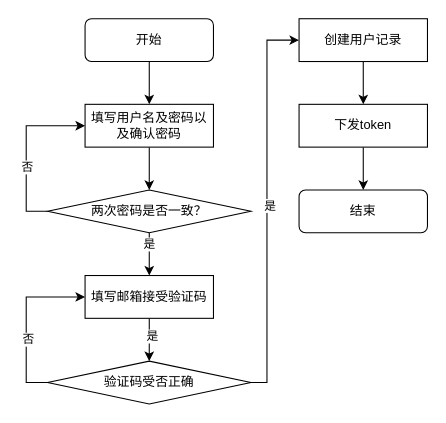
Above: 软件大作业-用户注册流程.drawio in runoob09/drawio (draw.io), before the change. Source tidied: cells renumbered, new cells numbered last; positions are measured from the earlier drawing's top-left corner, leaving out a move shared by most shapes. Both pictures are drawn from the tidied source at 107%, with x=0, y=0 at pixel (26, 18).
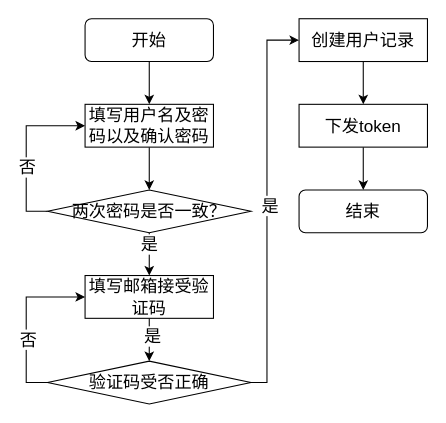
After the change.

Commit message (it also covers changes not shown here):
更新软件大作业-用户注册流程.drawio

What changed in the source:
```diff
@@
-    <mxCell id="2" style="edgeStyle=orthogonalEdgeStyle;rounded=0;jettySize=auto;html=1;entryX=0.5;entryY=0;entryDx=0;entryDy=0;" parent="1" edge="1" source="3" target="5">
+    <mxCell id="2" style="edgeStyle=orthogonalEdgeStyle;rounded=0;jettySize=auto;html=1;entryX=0.5;entryY=0;entryDx=0;entryDy=0;fontSize=16;" parent="1" edge="1" source="3" target="5">
       <mxGeometry relative="1" as="geometry" />
     </mxCell>
-    <mxCell id="3" value="开始" style="rounded=1;whiteSpace=wrap;html=1;" parent="1" vertex="1">
+    <mxCell id="3" value="开始" style="rounded=1;whiteSpace=wrap;html=1;fontSize=16;" parent="1" vertex="1">
       <mxGeometry x="55" width="120" height="40" as="geometry" />
     </mxCell>
-    <mxCell id="4" style="edgeStyle=orthogonalEdgeStyle;rounded=0;jettySize=auto;html=1;entryX=0.5;entryY=0;entryDx=0;entryDy=0;" parent="1" edge="1" source="5" target="10">
+    <mxCell id="4" style="edgeStyle=orthogonalEdgeStyle;rounded=0;jettySize=auto;html=1;entryX=0.5;entryY=0;entryDx=0;entryDy=0;fontSize=16;" parent="1" edge="1" source="5" target="10">
       <mxGeometry relative="1" as="geometry" />
     </mxCell>
-    <mxCell id="5" value="填写用户名及密码以及确认密码" style="rounded=0;whiteSpace=wrap;html=1;" parent="1" vertex="1">
+    <mxCell id="5" value="填写用户名及密码以及确认密码" style="rounded=0;whiteSpace=wrap;html=1;fontSize=16;" parent="1" vertex="1">
       <mxGeometry x="55" y="80" width="120" height="40" as="geometry" />
     </mxCell>
-    <mxCell id="6" style="edgeStyle=orthogonalEdgeStyle;rounded=0;jettySize=auto;html=1;entryX=0.5;entryY=0;entryDx=0;entryDy=0;" parent="1" edge="1" source="10" target="13">
+    <mxCell id="6" style="edgeStyle=orthogonalEdgeStyle;rounded=0;jettySize=auto;html=1;entryX=0.5;entryY=0;entryDx=0;entryDy=0;fontSize=16;" parent="1" edge="1" source="10" target="13">
       <mxGeometry relative="1" as="geometry" />
     </mxCell>
-    <mxCell id="7" value="是" style="edgeLabel;html=1;align=center;verticalAlign=middle;" parent="6" vertex="1">
+    <mxCell id="7" value="是" style="edgeLabel;html=1;align=center;verticalAlign=middle;fontSize=16;" parent="6" vertex="1">
       <mxGeometry x="-0.5" y="-1" relative="1" as="geometry" />
     </mxCell>
-    <mxCell id="8" style="edgeStyle=orthogonalEdgeStyle;rounded=0;jettySize=auto;html=1;entryX=0;entryY=0.5;entryDx=0;entryDy=0;" parent="1" edge="1" source="10" target="5">
+    <mxCell id="8" style="edgeStyle=orthogonalEdgeStyle;rounded=0;jettySize=auto;html=1;entryX=0;entryY=0.5;entryDx=0;entryDy=0;fontSize=16;" parent="1" edge="1" source="10" target="5">
       <mxGeometry relative="1" as="geometry">
         <Array as="points">
           <mxPoint y="180" />
           <mxPoint y="100" />
         </Array>
       </mxGeometry>
     </mxCell>
-    <mxCell id="9" value="否" style="edgeLabel;html=1;align=center;verticalAlign=middle;" parent="8" vertex="1">
+    <mxCell id="9" value="否" style="edgeLabel;html=1;align=center;verticalAlign=middle;fontSize=16;" parent="8" vertex="1">
       <mxGeometry x="-0.2" relative="1" as="geometry" />
     </mxCell>
-    <mxCell id="10" value="两次密码是否一致？" style="rhombus;whiteSpace=wrap;html=1;" parent="1" vertex="1">
+    <mxCell id="10" value="两次密码是否一致？" style="rhombus;whiteSpace=wrap;html=1;fontSize=16;" parent="1" vertex="1">
       <mxGeometry x="20" y="160" width="190" height="40" as="geometry" />
     </mxCell>
-    <mxCell id="11" style="edgeStyle=orthogonalEdgeStyle;rounded=0;jettySize=auto;html=1;entryX=0.5;entryY=0;entryDx=0;entryDy=0;" parent="1" edge="1" source="13" target="18">
+    <mxCell id="11" style="edgeStyle=orthogonalEdgeStyle;rounded=0;jettySize=auto;html=1;entryX=0.5;entryY=0;entryDx=0;entryDy=0;fontSize=16;" parent="1" edge="1" source="13" target="18">
       <mxGeometry relative="1" as="geometry" />
     </mxCell>
-    <mxCell id="12" value="是" style="edgeLabel;html=1;align=center;verticalAlign=middle;" parent="11" vertex="1">
+    <mxCell id="12" value="是" style="edgeLabel;html=1;align=center;verticalAlign=middle;fontSize=16;" parent="11" vertex="1">
       <mxGeometry x="-0.2" y="2" relative="1" as="geometry" />
     </mxCell>
-    <mxCell id="13" value="填写邮箱接受验证码" style="rounded=0;whiteSpace=wrap;html=1;" parent="1" vertex="1">
+    <mxCell id="13" value="填写邮箱接受验证码" style="rounded=0;whiteSpace=wrap;html=1;fontSize=16;" parent="1" vertex="1">
       <mxGeometry x="55" y="240" width="120" height="40" as="geometry" />
     </mxCell>
-    <mxCell id="14" style="edgeStyle=orthogonalEdgeStyle;rounded=0;jettySize=auto;html=1;entryX=0;entryY=0.5;entryDx=0;entryDy=0;" parent="1" edge="1" source="18" target="13">
+    <mxCell id="14" style="edgeStyle=orthogonalEdgeStyle;rounded=0;jettySize=auto;html=1;entryX=0;entryY=0.5;entryDx=0;entryDy=0;fontSize=16;" parent="1" edge="1" source="18" target="13">
       <mxGeometry relative="1" as="geometry">
         <Array as="points">
           <mxPoint y="340" />
           <mxPoint y="260" />
         </Array>
       </mxGeometry>
     </mxCell>
-    <mxCell id="15" value="否" style="edgeLabel;html=1;align=center;verticalAlign=middle;" parent="14" vertex="1">
+    <mxCell id="15" value="否" style="edgeLabel;html=1;align=center;verticalAlign=middle;fontSize=16;" parent="14" vertex="1">
       <mxGeometry x="-0.21" y="-1" relative="1" as="geometry" />
     </mxCell>
-    <mxCell id="16" style="edgeStyle=orthogonalEdgeStyle;rounded=0;jettySize=auto;html=1;entryX=0;entryY=0.5;entryDx=0;entryDy=0;" parent="1" edge="1" source="18" target="20">
+    <mxCell id="16" style="edgeStyle=orthogonalEdgeStyle;rounded=0;jettySize=auto;html=1;entryX=0;entryY=0.5;entryDx=0;entryDy=0;fontSize=16;" parent="1" edge="1" source="18" target="20">
       <mxGeometry relative="1" as="geometry">
         <Array as="points">
           <mxPoint x="225" y="340" />
           <mxPoint x="225" y="20" />
         </Array>
       </mxGeometry>
     </mxCell>
-    <mxCell id="17" value="是" style="edgeLabel;html=1;align=center;verticalAlign=middle;" parent="16" vertex="1">
+    <mxCell id="17" value="是" style="edgeLabel;html=1;align=center;verticalAlign=middle;fontSize=16;" parent="16" vertex="1">
       <mxGeometry x="-0.01" y="-2" relative="1" as="geometry" />
     </mxCell>
-    <mxCell id="18" value="验证码受否正确" style="rhombus;whiteSpace=wrap;html=1;" parent="1" vertex="1">
+    <mxCell id="18" value="验证码受否正确" style="rhombus;whiteSpace=wrap;html=1;fontSize=16;" parent="1" vertex="1">
       <mxGeometry x="20" y="320" width="190" height="40" as="geometry" />
     </mxCell>
-    <mxCell id="19" style="edgeStyle=orthogonalEdgeStyle;rounded=0;jettySize=auto;html=1;entryX=0.5;entryY=0;entryDx=0;entryDy=0;" parent="1" edge="1" source="20" target="22">
+    <mxCell id="19" style="edgeStyle=orthogonalEdgeStyle;rounded=0;jettySize=auto;html=1;entryX=0.5;entryY=0;entryDx=0;entryDy=0;fontSize=16;" parent="1" edge="1" source="20" target="22">
       <mxGeometry relative="1" as="geometry" />
     </mxCell>
-    <mxCell id="20" value="创建用户记录" style="rounded=0;whiteSpace=wrap;html=1;" parent="1" vertex="1">
+    <mxCell id="20" value="创建用户记录" style="rounded=0;whiteSpace=wrap;html=1;fontSize=16;" parent="1" vertex="1">
       <mxGeometry x="255" width="120" height="40" as="geometry" />
     </mxCell>
-    <mxCell id="21" style="edgeStyle=orthogonalEdgeStyle;rounded=0;jettySize=auto;html=1;" parent="1" edge="1" source="22" target="23">
+    <mxCell id="21" style="edgeStyle=orthogonalEdgeStyle;rounded=0;jettySize=auto;html=1;fontSize=16;" parent="1" edge="1" source="22" target="23">
       <mxGeometry relative="1" as="geometry" />
     </mxCell>
-    <mxCell id="22" value="下发token" style="rounded=0;whiteSpace=wrap;html=1;" parent="1" vertex="1">
+    <mxCell id="22" value="下发token" style="rounded=0;whiteSpace=wrap;html=1;fontSize=16;" parent="1" vertex="1">
       <mxGeometry x="255" y="80" width="120" height="40" as="geometry" />
     </mxCell>
-    <mxCell id="23" value="结束" style="rounded=1;whiteSpace=wrap;html=1;" parent="1" vertex="1">
+    <mxCell id="23" value="结束" style="rounded=1;whiteSpace=wrap;html=1;fontSize=16;" parent="1" vertex="1">
       <mxGeometry x="255" y="160" width="120" height="40" as="geometry" />
     </mxCell>
```
